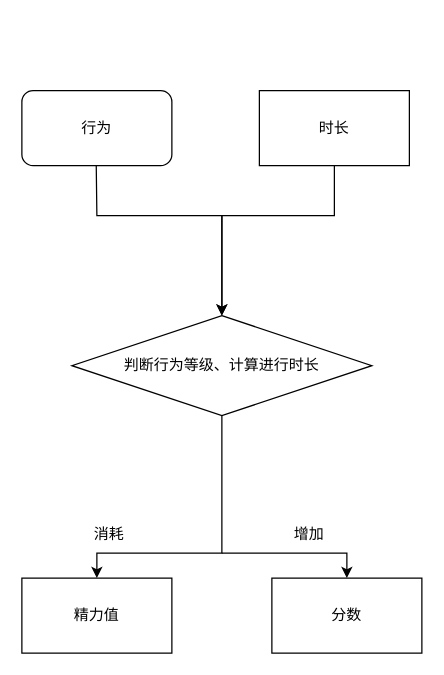
This is page "1.0" (1 of 2) of OneDay.drawio from we1how/draw.io, a draw.io file, before an edit. Source tidied: cells renumbered, new cells numbered last; positions are measured from the earlier drawing's top-left corner, leaving out a move shared by most shapes. Both pictures are drawn from the tidied source at 125%, with x=0, y=0 at pixel (21, 90).
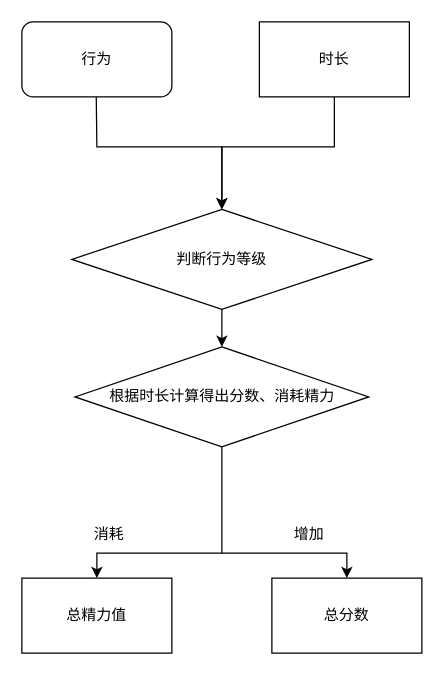
After the change.

What changed in the source:
```diff
@@
-    <mxCell id="2" value="精力值" style="rounded=0;whiteSpace=wrap;html=1;" parent="1" vertex="1">
+    <mxCell id="2" value="总精力值" style="rounded=0;whiteSpace=wrap;html=1;" parent="1" vertex="1">
       <mxGeometry y="390" width="120" height="60" as="geometry" />
     </mxCell>
-    <mxCell id="3" value="分数" style="rounded=0;whiteSpace=wrap;html=1;" parent="1" vertex="1">
+    <mxCell id="3" value="总分数" style="rounded=0;whiteSpace=wrap;html=1;" parent="1" vertex="1">
       <mxGeometry x="200" y="390" width="120" height="60" as="geometry" />
     </mxCell>
     <mxCell id="4" value="行为" style="rounded=1;whiteSpace=wrap;html=1;" parent="1" vertex="1">
-      <mxGeometry width="120" height="60" as="geometry" />
+      <mxGeometry y="-55" width="120" height="60" as="geometry" />
     </mxCell>
+    <mxCell id="13" style="edgeStyle=orthogonalEdgeStyle;rounded=0;jettySize=auto;html=1;exitX=0.5;exitY=1;exitDx=0;exitDy=0;entryX=0.5;entryY=0;entryDx=0;entryDy=0;" parent="1" edge="1" source="5" target="14">
+      <mxGeometry relative="1" as="geometry" />
+    </mxCell>
-    <mxCell id="5" value="判断行为等级、计算进行时长" style="rhombus;whiteSpace=wrap;html=1;" parent="1" vertex="1">
-      <mxGeometry x="40" y="180" width="240" height="80" as="geometry" />
+    <mxCell id="5" value="判断行为等级" style="rhombus;whiteSpace=wrap;html=1;" parent="1" vertex="1">
+      <mxGeometry x="40" y="95" width="240" height="80" as="geometry" />
     </mxCell>
     <mxCell id="6" style="endArrow=classic;html=1;rounded=0;entryX=0.5;entryY=0;entryDx=0;entryDy=0;" parent="1" edge="1" target="5">
       <mxGeometry relative="1" as="geometry">
-        <mxPoint x="59.5" y="60" as="sourcePoint" />
+        <mxPoint x="59.5" y="5" as="sourcePoint" />
         <Array as="points">
-          <mxPoint x="60" y="100" />
-          <mxPoint x="160" y="100" />
+          <mxPoint x="60" y="45" />
+          <mxPoint x="160" y="45" />
         </Array>
       </mxGeometry>
     </mxCell>
     <mxCell id="7" style="endArrow=classic;html=1;rounded=0;exitX=0.5;exitY=1;exitDx=0;exitDy=0;entryX=0.5;entryY=0;entryDx=0;entryDy=0;" parent="1" edge="1" source="12" target="5">
       <mxGeometry relative="1" as="geometry">
         <Array as="points">
-          <mxPoint x="250" y="100" />
-          <mxPoint x="160" y="100" />
+          <mxPoint x="250" y="45" />
+          <mxPoint x="160" y="45" />
         </Array>
       </mxGeometry>
     </mxCell>
-    <mxCell id="8" style="endArrow=classic;html=1;rounded=0;exitX=0.5;exitY=1;exitDx=0;exitDy=0;entryX=0.5;entryY=0;entryDx=0;entryDy=0;" parent="1" edge="1" source="5" target="2">
+    <mxCell id="8" style="endArrow=classic;html=1;rounded=0;entryX=0.5;entryY=0;entryDx=0;entryDy=0;" parent="1" edge="1">
       <mxGeometry relative="1" as="geometry">
+        <mxPoint x="160" y="285" as="sourcePoint" />
+        <mxPoint x="60" y="390" as="targetPoint" />
         <Array as="points">
           <mxPoint x="160" y="370" />
           <mxPoint x="60" y="370" />
         </Array>
       </mxGeometry>
     </mxCell>
@@
     <mxCell id="12" value="时长" style="rounded=0;whiteSpace=wrap;html=1;" parent="1" vertex="1">
-      <mxGeometry x="190" width="120" height="60" as="geometry" />
+      <mxGeometry x="190" y="-55" width="120" height="60" as="geometry" />
     </mxCell>
+    <mxCell id="14" value="根据时长计算得出分数、消耗精力" style="rhombus;whiteSpace=wrap;html=1;" parent="1" vertex="1">
+      <mxGeometry x="42.5" y="205" width="235" height="80" as="geometry" />
+    </mxCell>
```
